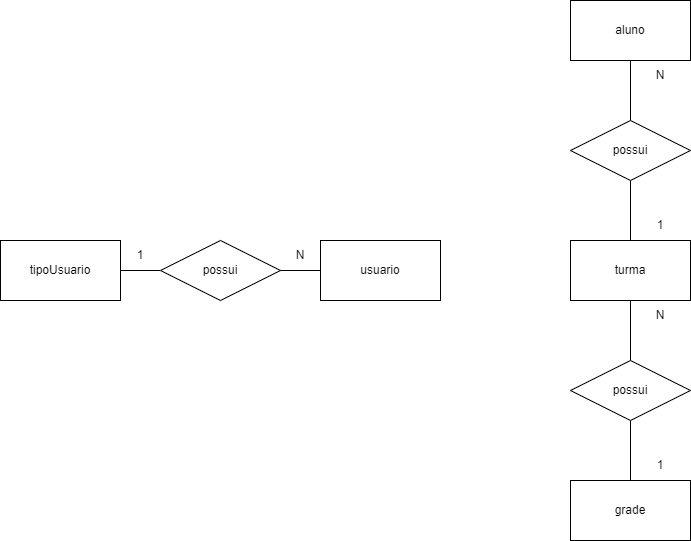
Above: Modelagens/Modelo-Conceitual-carometro.png in GustavoHenriqueFerreira/Car-metro (draw.io), before the change. Source tidied: cells renumbered, new cells last; positions are measured from the earlier drawing's top-left corner, leaving out a move shared by most shapes.
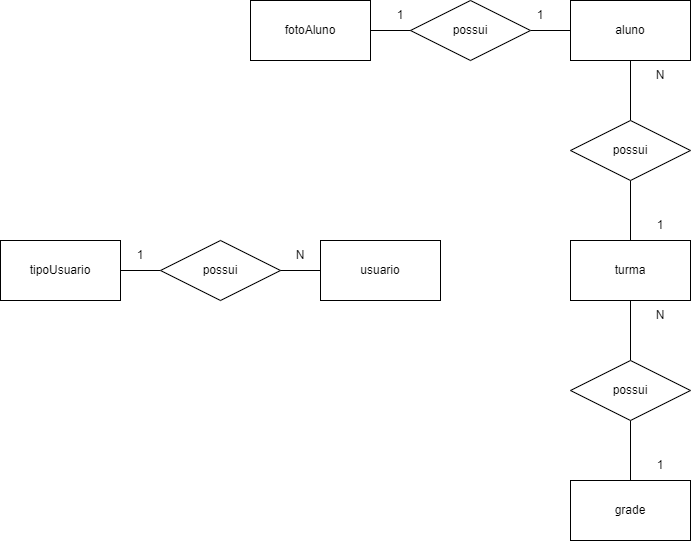
After the commit.

The edit, as a diff of the source:
```diff
@@ -62,5 +62,23 @@
     <mxCell id="21" value="1" style="text;html=1;strokeColor=none;fillColor=none;align=center;verticalAlign=middle;whiteSpace=wrap;rounded=0;" parent="1" vertex="1">
       <mxGeometry x="630" y="450" width="60" height="30" as="geometry" />
     </mxCell>
+    <mxCell id="22" style="edgeStyle=orthogonalEdgeStyle;rounded=0;jettySize=auto;html=1;exitX=1;exitY=0.5;exitDx=0;exitDy=0;entryX=0;entryY=0.5;entryDx=0;entryDy=0;endArrow=none;endFill=0;" parent="1" edge="1" source="23" target="11">
+      <mxGeometry relative="1" as="geometry" />
+    </mxCell>
+    <mxCell id="23" value="possui" style="rhombus;whiteSpace=wrap;html=1;" parent="1" vertex="1">
+      <mxGeometry x="410" width="120" height="60" as="geometry" />
+    </mxCell>
+    <mxCell id="24" style="edgeStyle=orthogonalEdgeStyle;rounded=0;jettySize=auto;html=1;exitX=1;exitY=0.5;exitDx=0;exitDy=0;entryX=0;entryY=0.5;entryDx=0;entryDy=0;endArrow=none;endFill=0;" parent="1" edge="1" source="25" target="23">
+      <mxGeometry relative="1" as="geometry" />
+    </mxCell>
+    <mxCell id="25" value="fotoAluno" style="rounded=0;whiteSpace=wrap;html=1;" parent="1" vertex="1">
+      <mxGeometry x="250" width="120" height="60" as="geometry" />
+    </mxCell>
+    <mxCell id="26" value="1" style="text;html=1;strokeColor=none;fillColor=none;align=center;verticalAlign=middle;whiteSpace=wrap;rounded=0;" parent="1" vertex="1">
+      <mxGeometry x="510" width="60" height="30" as="geometry" />
+    </mxCell>
+    <mxCell id="27" value="1" style="text;html=1;strokeColor=none;fillColor=none;align=center;verticalAlign=middle;whiteSpace=wrap;rounded=0;" parent="1" vertex="1">
+      <mxGeometry x="370" width="60" height="30" as="geometry" />
+    </mxCell>
   </root>
 </mxGraphModel>
```
